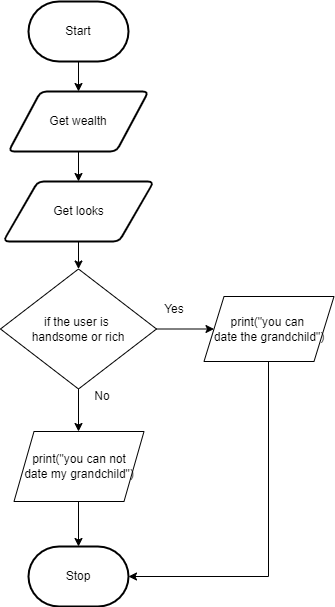
Huzaifa-Khalid-2/ICS3U-Unit3-07-Python keeps this draw.io diagram as flowchart.png. Above is the earlier version. Source tidied: cells renumbered, new cells last; positions are measured from the earlier drawing's top-left corner, leaving out a move shared by most shapes.
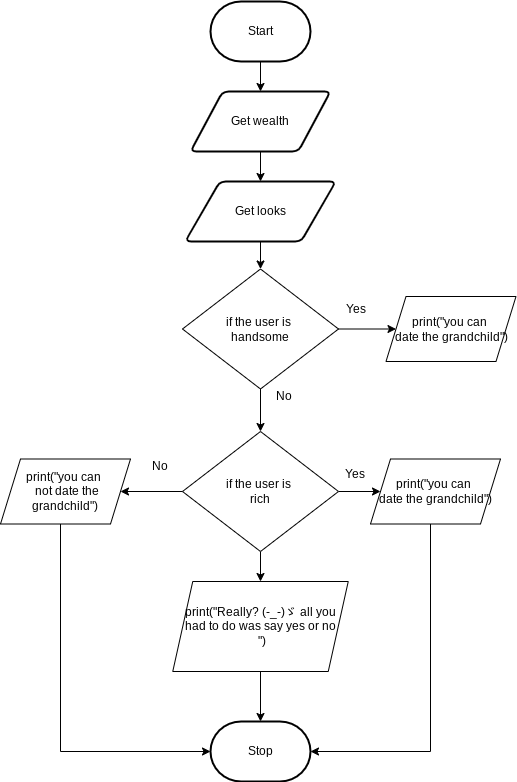
The same diagram one commit later.

The edit, as a diff of the source:
```diff
@@ -22,11 +22,11 @@
         <mxPoint x="78" y="430" as="targetPoint" />
       </mxGeometry>
     </mxCell>
-    <mxCell id="8" value="if the user is &lt;br&gt;handsome or rich" style="rhombus;whiteSpace=wrap;html=1;" parent="1" vertex="1">
+    <mxCell id="8" value="if the user is &lt;br&gt;handsome" style="rhombus;whiteSpace=wrap;html=1;" parent="1" vertex="1">
       <mxGeometry y="267.5" width="156" height="120" as="geometry" />
     </mxCell>
     <mxCell id="9" value="Stop" style="strokeWidth=2;html=1;shape=mxgraph.flowchart.terminator;whiteSpace=wrap;" parent="1" vertex="1">
-      <mxGeometry x="28" y="545" width="100" height="60" as="geometry" />
+      <mxGeometry x="28" y="720" width="100" height="60" as="geometry" />
     </mxCell>
     <mxCell id="10" style="edgeStyle=none;html=1;entryX=0.5;entryY=0;entryDx=0;entryDy=0;" parent="1" edge="1" source="11" target="8">
       <mxGeometry relative="1" as="geometry" />
@@ -34,27 +34,59 @@
     <mxCell id="11" value="Get looks" style="shape=parallelogram;html=1;strokeWidth=2;perimeter=parallelogramPerimeter;whiteSpace=wrap;rounded=1;arcSize=12;size=0.23;" parent="1" vertex="1">
       <mxGeometry x="2.8" y="180" width="150.5" height="60" as="geometry" />
     </mxCell>
-    <mxCell id="12" style="edgeStyle=elbowEdgeStyle;rounded=0;html=1;" parent="1" edge="1" source="13" target="9">
-      <mxGeometry relative="1" as="geometry" />
-    </mxCell>
-    <mxCell id="13" value="print(&quot;you can not&lt;br&gt;date my grandchild&quot;)" style="shape=parallelogram;perimeter=parallelogramPerimeter;whiteSpace=wrap;html=1;fixedSize=1;" parent="1" vertex="1">
-      <mxGeometry x="13.5" y="430" width="130" height="70" as="geometry" />
-    </mxCell>
     <mxCell id="14" value="No" style="text;html=1;strokeColor=none;fillColor=none;align=center;verticalAlign=middle;whiteSpace=wrap;rounded=0;" parent="1" vertex="1">
       <mxGeometry x="72" y="380" width="60" height="30" as="geometry" />
     </mxCell>
-    <mxCell id="15" style="edgeStyle=elbowEdgeStyle;html=1;rounded=0;entryX=1;entryY=0.5;entryDx=0;entryDy=0;entryPerimeter=0;" parent="1" edge="1" source="16" target="9">
-      <mxGeometry relative="1" as="geometry">
-        <Array as="points">
-          <mxPoint x="268" y="490" />
-        </Array>
-      </mxGeometry>
-    </mxCell>
     <mxCell id="16" value="print(&quot;you can &lt;br&gt;date the grandchild&quot;)" style="shape=parallelogram;perimeter=parallelogramPerimeter;whiteSpace=wrap;html=1;fixedSize=1;" parent="1" vertex="1">
       <mxGeometry x="203.5" y="295" width="130" height="65" as="geometry" />
     </mxCell>
     <mxCell id="17" value="Yes" style="text;html=1;strokeColor=none;fillColor=none;align=center;verticalAlign=middle;whiteSpace=wrap;rounded=0;" parent="1" vertex="1">
       <mxGeometry x="143.5" y="292.5" width="60" height="30" as="geometry" />
     </mxCell>
+    <mxCell id="18" style="edgeStyle=none;html=1;entryX=0;entryY=0.5;entryDx=0;entryDy=0;" parent="1" edge="1" source="12" target="21">
+      <mxGeometry relative="1" as="geometry" />
+    </mxCell>
+    <mxCell id="19" style="edgeStyle=none;html=1;entryX=0.5;entryY=0;entryDx=0;entryDy=0;" parent="1" edge="1" source="12" target="27">
+      <mxGeometry relative="1" as="geometry" />
+    </mxCell>
+    <mxCell id="12" value="if the user is &lt;br&gt;rich" style="rhombus;whiteSpace=wrap;html=1;" parent="1" vertex="1">
+      <mxGeometry y="430" width="156" height="120" as="geometry" />
+    </mxCell>
+    <mxCell id="20" style="edgeStyle=elbowEdgeStyle;html=1;entryX=1;entryY=0.5;entryDx=0;entryDy=0;entryPerimeter=0;fontFamily=Helvetica;fontColor=#000000;rounded=0;" parent="1" edge="1" source="21" target="9">
+      <mxGeometry relative="1" as="geometry">
+        <Array as="points">
+          <mxPoint x="248" y="630" />
+        </Array>
+      </mxGeometry>
+    </mxCell>
+    <mxCell id="21" value="print(&quot;you can &lt;br&gt;date the grandchild&quot;)" style="shape=parallelogram;perimeter=parallelogramPerimeter;whiteSpace=wrap;html=1;fixedSize=1;" parent="1" vertex="1">
+      <mxGeometry x="188" y="457.5" width="130" height="65" as="geometry" />
+    </mxCell>
+    <mxCell id="22" value="print(&quot;you can &lt;br&gt;&amp;nbsp;not date the grandchild&quot;)" style="shape=parallelogram;perimeter=parallelogramPerimeter;whiteSpace=wrap;html=1;fixedSize=1;" parent="1" vertex="1">
+      <mxGeometry x="-182" y="457.5" width="130" height="65" as="geometry" />
+    </mxCell>
+    <mxCell id="23" style="edgeStyle=none;html=1;exitX=0;exitY=0.5;exitDx=0;exitDy=0;entryX=1;entryY=0.5;entryDx=0;entryDy=0;" parent="1" edge="1" source="12" target="22">
+      <mxGeometry relative="1" as="geometry" />
+    </mxCell>
+    <mxCell id="24" value="No" style="text;html=1;strokeColor=none;fillColor=none;align=center;verticalAlign=middle;whiteSpace=wrap;rounded=0;" parent="1" vertex="1">
+      <mxGeometry x="-52" y="450" width="60" height="30" as="geometry" />
+    </mxCell>
+    <mxCell id="25" value="Yes" style="text;html=1;strokeColor=none;fillColor=none;align=center;verticalAlign=middle;whiteSpace=wrap;rounded=0;" parent="1" vertex="1">
+      <mxGeometry x="143" y="457.5" width="60" height="30" as="geometry" />
+    </mxCell>
+    <mxCell id="26" style="edgeStyle=none;html=1;entryX=0.5;entryY=0;entryDx=0;entryDy=0;entryPerimeter=0;fontFamily=Helvetica;fontColor=#000000;" parent="1" edge="1" source="27" target="9">
+      <mxGeometry relative="1" as="geometry" />
+    </mxCell>
+    <mxCell id="27" value="print(&quot;&lt;span style=&quot;color: rgba(0 , 0 , 0 , 0) ; font-size: 0px&quot;&gt;%3CmxGraphModel%3E%3Croot%3E%3CmxCell%20id%3D%220%22%2F%3E%3CmxCell%20id%3D%221%22%20parent%3D%220%22%2F%3E%3CmxCell%20id%3D%222%22%20value%3D%22print(%26quot%3Byou%20can%20%26lt%3Bbr%26gt%3B%26amp%3Bnbsp%3Bnot%20date%20the%20grandchild%26quot%3B)%22%20style%3D%22shape%3Dparallelogram%3Bperimeter%3DparallelogramPerimeter%3BwhiteSpace%3Dwrap%3Bhtml%3D1%3BfixedSize%3D1%3B%22%20vertex%3D%221%22%20parent%3D%221%22%3E%3CmxGeometry%20x%3D%22160%22%20y%3D%22497.5%22%20width%3D%22130%22%20height%3D%2265%22%20as%3D%22geometry%22%2F%3E%3C%2FmxCell%3E%3C%2Froot%3E%3C%2FmxGraphModel%3E&lt;/span&gt;&lt;span&gt;Really? (-_-)ゞ all you had to do was say yes or no&lt;/span&gt;&lt;span style=&quot;color: rgba(0 , 0 , 0 , 0) ; font-family: monospace ; font-size: 0px&quot;&gt;&lt;br&gt;&lt;/span&gt;&amp;nbsp;&quot;)" style="shape=parallelogram;perimeter=parallelogramPerimeter;whiteSpace=wrap;html=1;fixedSize=1;" parent="1" vertex="1">
+      <mxGeometry x="-9.8" y="580" width="175.5" height="90" as="geometry" />
+    </mxCell>
+    <mxCell id="28" style="edgeStyle=elbowEdgeStyle;html=1;entryX=0;entryY=0.5;entryDx=0;entryDy=0;entryPerimeter=0;fontFamily=Helvetica;fontColor=#000000;rounded=0;" parent="1" edge="1" target="9">
+      <mxGeometry relative="1" as="geometry">
+        <mxPoint x="-122" y="522.5" as="sourcePoint" />
+        <Array as="points">
+          <mxPoint x="-122" y="630" />
+        </Array>
+      </mxGeometry>
+    </mxCell>
   </root>
 </mxGraphModel>
```
